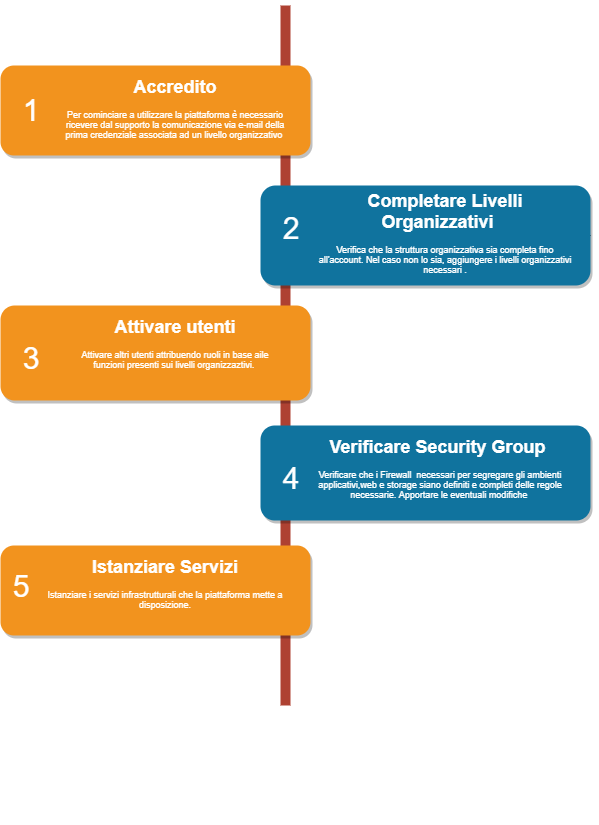
Before: docs/Come_muovere_primi_passi/img/Primi_Passi.png, a diagram exported from draw.io (marcopasks/nivola_doc_test_en). Source tidied: cells renumbered, new cells last; positions are measured from the earlier drawing's top-left corner, leaving out a move shared by most shapes.
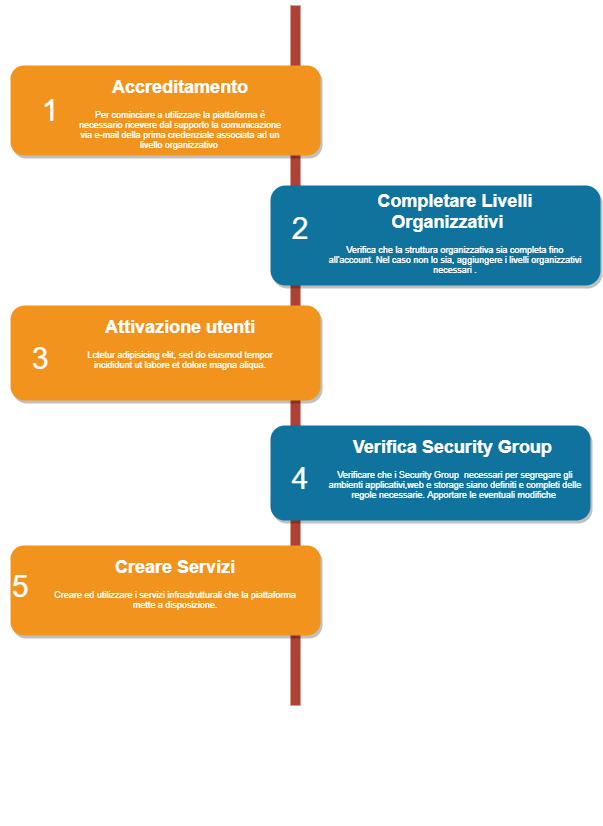
After the change.

What changed in the source:
```diff
@@ -9,11 +9,8 @@
       <mxGeometry y="60" width="310" height="90" as="geometry" />
     </mxCell>
     <mxCell id="4" value="1" style="text;html=1;strokeColor=none;fillColor=none;align=center;verticalAlign=middle;whiteSpace=wrap;fontSize=30;fontColor=#FFFFFF;" parent="1" vertex="1">
-      <mxGeometry x="10" y="95" width="40" height="20" as="geometry" />
+      <mxGeometry x="20" y="95" width="40" height="20" as="geometry" />
     </mxCell>
-    <mxCell id="5" style="edgeStyle=orthogonalEdgeStyle;rounded=0;jettySize=auto;html=1;exitX=1;exitY=0.5;exitDx=0;exitDy=0;entryX=1;entryY=0.651;entryDx=0;entryDy=0;entryPerimeter=0;" parent="1" edge="1" source="6" target="16">
-      <mxGeometry relative="1" as="geometry" />
-    </mxCell>
     <mxCell id="6" style="rounded=1;whiteSpace=wrap;html=1;strokeColor=none;strokeWidth=1;fillColor=#10739E;fontSize=13;fontColor=#FFFFFF;align=center;gradientColor=none;gradientDirection=east;verticalAlign=top;shadow=1;" parent="1" vertex="1">
       <mxGeometry x="260" y="180" width="330" height="100" as="geometry" />
     </mxCell>
@@ -27,7 +24,7 @@
       <mxGeometry x="10" y="342.5" width="40" height="20" as="geometry" />
     </mxCell>
     <mxCell id="10" style="rounded=1;whiteSpace=wrap;html=1;strokeColor=none;strokeWidth=1;fillColor=#10739E;fontSize=13;fontColor=#FFFFFF;align=center;gradientColor=none;gradientDirection=east;verticalAlign=top;shadow=1;" parent="1" vertex="1">
-      <mxGeometry x="260" y="420" width="330" height="95" as="geometry" />
+      <mxGeometry x="260" y="420" width="320" height="95" as="geometry" />
     </mxCell>
     <mxCell id="11" value="4" style="text;html=1;strokeColor=none;fillColor=none;align=center;verticalAlign=middle;whiteSpace=wrap;fontSize=30;fontColor=#FFFFFF;" parent="1" vertex="1">
       <mxGeometry x="270" y="463" width="40" height="20" as="geometry" />
@@ -36,24 +33,24 @@
       <mxGeometry y="540" width="310" height="90" as="geometry" />
     </mxCell>
     <mxCell id="13" value="5" style="text;html=1;strokeColor=none;fillColor=none;align=center;verticalAlign=middle;whiteSpace=wrap;fontSize=30;fontColor=#FFFFFF;" parent="1" vertex="1">
-      <mxGeometry y="570.5" width="40" height="20" as="geometry" />
+      <mxGeometry x="-10" y="570.5" width="40" height="20" as="geometry" />
     </mxCell>
     <mxCell id="14" value="7" style="text;html=1;strokeColor=none;fillColor=none;align=center;verticalAlign=middle;whiteSpace=wrap;fontSize=30;fontColor=#FFFFFF;" parent="1" vertex="1">
       <mxGeometry x="100" y="793" width="40" height="20" as="geometry" />
     </mxCell>
-    <mxCell id="15" value="&lt;h1&gt;Accredito&lt;/h1&gt;&lt;div&gt;Per cominciare a utilizzare la piattaforma è necessario ricevere dal supporto la comunicazione via e-mail della prima credenziale associata ad un livello organizzativo&amp;nbsp;&lt;/div&gt;" style="text;html=1;spacing=5;spacingTop=-20;whiteSpace=wrap;overflow=hidden;strokeColor=none;strokeWidth=4;fillColor=none;gradientColor=#007FFF;fontSize=9;fontColor=#FFFFFF;align=center;" parent="1" vertex="1">
-      <mxGeometry x="60" y="70" width="230" height="70" as="geometry" />
+    <mxCell id="15" value="&lt;h1&gt;Accreditamento&lt;/h1&gt;&lt;div&gt;Per cominciare a utilizzare la piattaforma è necessario ricevere dal supporto la comunicazione via e-mail della prima credenziale associata ad un livello organizzativo&amp;nbsp;&lt;/div&gt;" style="text;html=1;spacing=5;spacingTop=-20;whiteSpace=wrap;overflow=hidden;strokeColor=none;strokeWidth=4;fillColor=none;gradientColor=#007FFF;fontSize=9;fontColor=#FFFFFF;align=center;" parent="1" vertex="1">
+      <mxGeometry x="60" y="70" width="220" height="80" as="geometry" />
     </mxCell>
     <mxCell id="16" value="&lt;h1&gt;Completare Livelli Organizzativi&amp;nbsp; &amp;nbsp;&lt;/h1&gt;Verifica che la struttura organizzativa sia completa fino all'account. Nel caso non lo sia, aggiungere i livelli organizzativi necessari .&lt;h1&gt;&amp;nbsp; &amp;nbsp; &amp;nbsp; &amp;nbsp; &amp;nbsp; &amp;nbsp; &amp;nbsp;&lt;/h1&gt;" style="text;html=1;spacing=5;spacingTop=-20;whiteSpace=wrap;overflow=hidden;strokeColor=none;strokeWidth=4;fillColor=none;gradientColor=#007FFF;fontSize=9;fontColor=#FFFFFF;align=center;" parent="1" vertex="1">
       <mxGeometry x="310" y="184" width="270" height="86" as="geometry" />
     </mxCell>
-    <mxCell id="17" value="&lt;h1&gt;Attivare utenti&lt;/h1&gt;&lt;p&gt;Attivare altri utenti attribuendo ruoli in base aile funzioni presenti sui livelli organizzaztivi.&amp;nbsp;&lt;/p&gt;" style="text;html=1;spacing=5;spacingTop=-20;whiteSpace=wrap;overflow=hidden;strokeColor=none;strokeWidth=4;fillColor=none;gradientColor=#007FFF;fontSize=9;fontColor=#FFFFFF;align=center;" parent="1" vertex="1">
-      <mxGeometry x="60" y="310" width="230" height="77" as="geometry" />
+    <mxCell id="17" value="&lt;h1&gt;Attivazione utenti&lt;/h1&gt;&lt;p&gt;Lctetur adipisicing elit, sed do eiusmod tempor incididunt ut labore et dolore magna aliqua.&lt;/p&gt;" style="text;html=1;spacing=5;spacingTop=-20;whiteSpace=wrap;overflow=hidden;strokeColor=none;strokeWidth=4;fillColor=none;gradientColor=#007FFF;fontSize=9;fontColor=#FFFFFF;align=center;" parent="1" vertex="1">
+      <mxGeometry x="60" y="310" width="220" height="77" as="geometry" />
     </mxCell>
-    <mxCell id="18" value="&lt;h1&gt;Verificare Security Group&amp;nbsp;&lt;/h1&gt;&lt;p&gt;Verificare che i Firewall&amp;nbsp; necessari per segregare gli ambienti applicativi,web e storage siano definiti e completi delle regole necessarie. Apportare le eventuali modifiche&amp;nbsp;&lt;/p&gt;" style="text;html=1;spacing=5;spacingTop=-20;whiteSpace=wrap;overflow=hidden;strokeColor=none;strokeWidth=4;fillColor=none;gradientColor=#007FFF;fontSize=9;fontColor=#FFFFFF;align=center;" parent="1" vertex="1">
-      <mxGeometry x="310" y="430" width="260" height="81" as="geometry" />
+    <mxCell id="18" value="&lt;h1&gt;Verifica Security Group&amp;nbsp;&lt;/h1&gt;&lt;p&gt;Verificare che i Security Group&amp;nbsp; necessari per segregare gli ambienti applicativi,web e storage siano definiti e completi delle regole necessarie. Apportare le eventuali modifiche&amp;nbsp;&lt;/p&gt;" style="text;html=1;spacing=5;spacingTop=-20;whiteSpace=wrap;overflow=hidden;strokeColor=none;strokeWidth=4;fillColor=none;gradientColor=#007FFF;fontSize=9;fontColor=#FFFFFF;align=center;" parent="1" vertex="1">
+      <mxGeometry x="310" y="430" width="270" height="81" as="geometry" />
     </mxCell>
-    <mxCell id="19" value="&lt;h1&gt;Istanziare Servizi&lt;/h1&gt;&lt;p&gt;Istanziare i servizi infrastrutturali che la piattaforma mette a disposizione.&lt;/p&gt;" style="text;html=1;spacing=5;spacingTop=-20;whiteSpace=wrap;overflow=hidden;strokeColor=none;strokeWidth=4;fillColor=none;gradientColor=#007FFF;fontSize=9;fontColor=#FFFFFF;align=center;" parent="1" vertex="1">
+    <mxCell id="19" value="&lt;h1&gt;Creare Servizi&lt;/h1&gt;&lt;p&gt;Creare ed utilizzare i servizi infrastrutturali che la piattaforma mette a disposizione.&lt;/p&gt;" style="text;html=1;spacing=5;spacingTop=-20;whiteSpace=wrap;overflow=hidden;strokeColor=none;strokeWidth=4;fillColor=none;gradientColor=#007FFF;fontSize=9;fontColor=#FFFFFF;align=center;" parent="1" vertex="1">
       <mxGeometry x="35" y="550" width="260" height="71" as="geometry" />
     </mxCell>
   </root>
```
